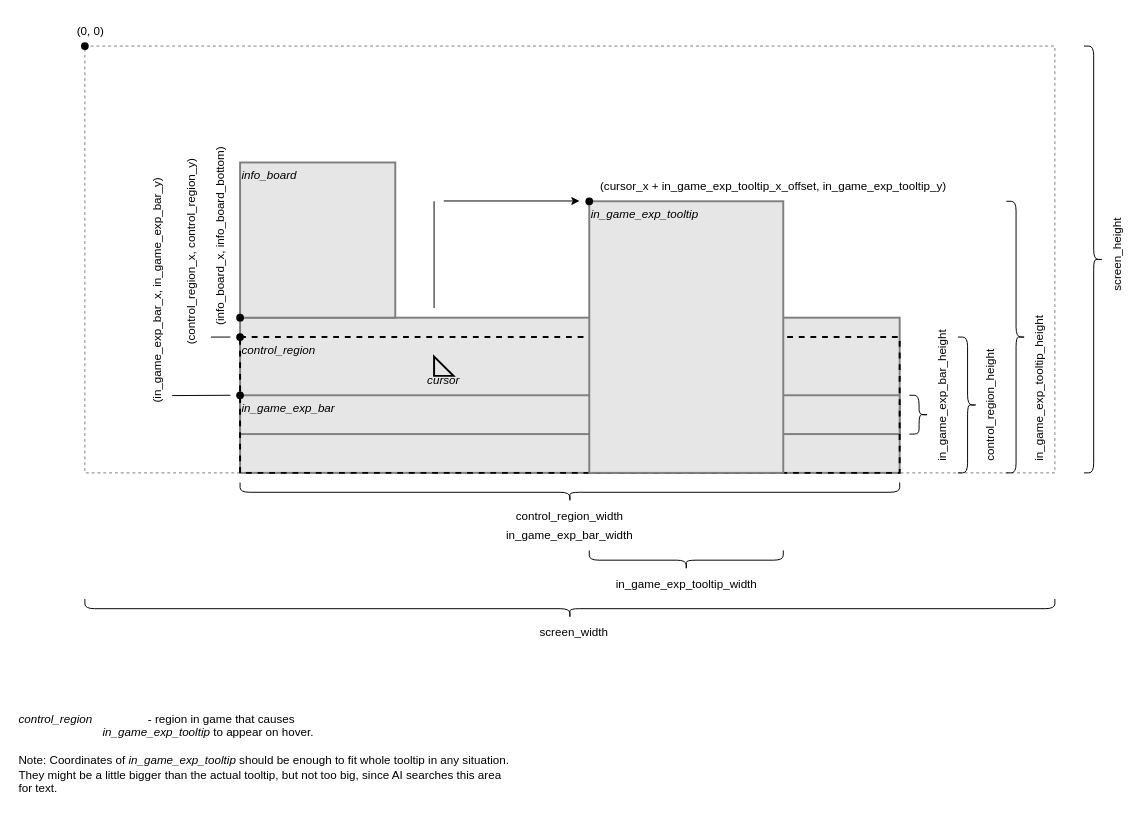
This is docs/diagrams/InGameGUI_Positions.drawio from underwatergrasshopper/poe_exp_after_dot, a draw.io file, before an edit. Source tidied: cells renumbered, new cells numbered last; positions are measured from the earlier drawing's top-left corner, leaving out a move shared by most shapes. Both pictures are drawn from the tidied source at 97%, with x=0, y=0 at pixel (16, 16).
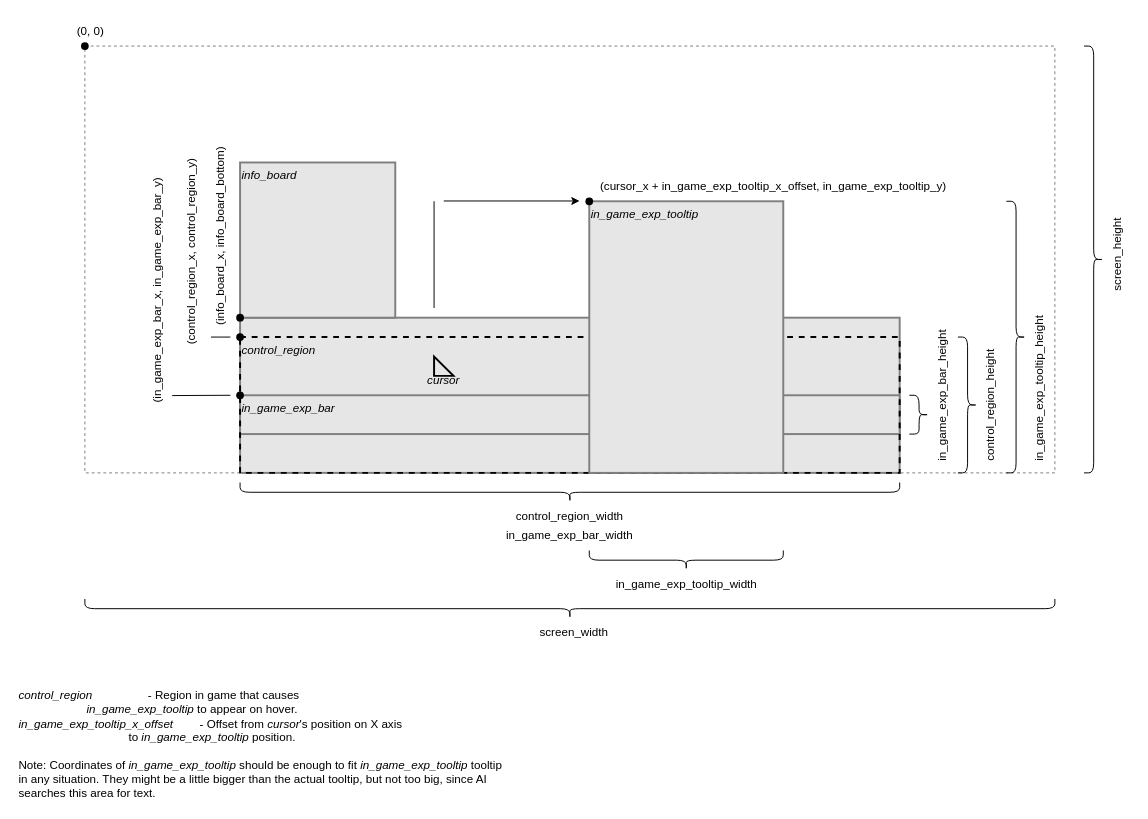
The same diagram, later.

Commit message (it also covers changes not shown here):
Updated diagrams. Added drawio temp files to .gitingore.

Change to the diagram source:
```diff
@@
-    <mxCell id="43" value="&lt;i&gt;control_region&lt;/i&gt;&amp;nbsp;&lt;span style=&quot;white-space: pre;&quot;&gt;&#9;&lt;/span&gt;&lt;span style=&quot;white-space: pre;&quot;&gt;&#9;&lt;/span&gt;- region in game that causes&amp;nbsp;&lt;span style=&quot;white-space: pre;&quot;&gt;&#9;&lt;/span&gt;&lt;span style=&quot;white-space: pre;&quot;&gt;&#9;&lt;/span&gt;&lt;span style=&quot;white-space: pre;&quot;&gt;&#9;&lt;/span&gt;&amp;nbsp; &lt;span style=&quot;white-space: pre;&quot;&gt;&#9;&lt;/span&gt;&lt;span style=&quot;white-space: pre;&quot;&gt;&#9;&lt;span style=&quot;white-space: pre;&quot;&gt;&#9;&lt;/span&gt; &lt;/span&gt;&amp;nbsp;&lt;i&gt;in_game_exp_tooltip&lt;/i&gt; to appear on hover.&lt;br&gt;&lt;br&gt;Note: Coordinates of &lt;i&gt;in_game_exp_tooltip&lt;/i&gt; should be enough to fit whole tooltip in any situation. They might be a little bigger than the actual tooltip, but not too big, since AI searches this area for text." style="text;html=1;strokeColor=none;fillColor=none;align=left;verticalAlign=top;whiteSpace=wrap;rounded=0;fontFamily=Inconsolata;" parent="1" vertex="1">
-      <mxGeometry y="710" width="510" height="100" as="geometry" />
+    <mxCell id="43" value="&lt;i&gt;control_region&lt;/i&gt;&amp;nbsp;&lt;span style=&quot;&quot;&gt;&lt;span style=&quot;&quot;&gt;&amp;nbsp;&amp;nbsp;&amp;nbsp;&amp;nbsp;&lt;/span&gt;&lt;/span&gt;&lt;span style=&quot;&quot;&gt;&lt;span style=&quot;&quot;&gt;&amp;nbsp;&amp;nbsp;&amp;nbsp;&amp;nbsp;&lt;span style=&quot;&quot;&gt;&lt;span style=&quot;&quot;&gt;&amp;nbsp;&amp;nbsp;&amp;nbsp;&amp;nbsp;&lt;/span&gt;&lt;/span&gt;&lt;span style=&quot;&quot;&gt;&lt;span style=&quot;&quot;&gt;&amp;nbsp;&lt;span style=&quot;white-space: pre;&quot;&gt;&#9;&lt;/span&gt;&lt;/span&gt;&lt;/span&gt;&lt;/span&gt;&lt;/span&gt;- Region in game that causes&amp;nbsp;&lt;span style=&quot;&quot;&gt;&lt;span style=&quot;&quot;&gt;&amp;nbsp;&amp;nbsp;&amp;nbsp;&amp;nbsp;&lt;/span&gt;&lt;/span&gt;&lt;span style=&quot;&quot;&gt;&lt;span style=&quot;&quot;&gt;&amp;nbsp;&amp;nbsp;&amp;nbsp;&amp;nbsp;&lt;/span&gt;&lt;/span&gt;&lt;span style=&quot;&quot;&gt;&lt;span style=&quot;&quot;&gt;&amp;nbsp;&amp;nbsp;&amp;nbsp;&amp;nbsp;&lt;/span&gt;&lt;/span&gt;&amp;nbsp; &lt;span style=&quot;&quot;&gt;&lt;span style=&quot;&quot;&gt;&amp;nbsp;&amp;nbsp;&amp;nbsp;&amp;nbsp;&lt;/span&gt;&lt;/span&gt;&lt;span style=&quot;&quot;&gt;&lt;span style=&quot;&quot;&gt;&amp;nbsp;&amp;nbsp;&amp;nbsp;&amp;nbsp;&lt;/span&gt;&lt;span style=&quot;&quot;&gt;&lt;span style=&quot;&quot;&gt;&amp;nbsp;&amp;nbsp;&amp;nbsp;&amp;nbsp;&lt;/span&gt;&lt;/span&gt; &lt;/span&gt;&amp;nbsp;&lt;span style=&quot;&quot;&gt;&lt;span style=&quot;&quot;&gt;&amp;nbsp;&amp;nbsp;&amp;nbsp;&amp;nbsp;&lt;/span&gt;&lt;/span&gt;&lt;span style=&quot;&quot;&gt;&lt;span style=&quot;&quot;&gt;&amp;nbsp;&amp;nbsp;&amp;nbsp;&amp;nbsp;&lt;/span&gt;&lt;/span&gt;&lt;span style=&quot;&quot;&gt;&lt;span style=&quot;&quot;&gt;&amp;nbsp;&amp;nbsp;&amp;nbsp;&amp;nbsp;&lt;/span&gt;&lt;/span&gt;&amp;nbsp;&amp;nbsp;&lt;span style=&quot;&quot;&gt;&lt;span style=&quot;white-space: pre;&quot;&gt;&amp;nbsp;&amp;nbsp;&amp;nbsp;&amp;nbsp;&lt;/span&gt;&lt;/span&gt;&lt;span style=&quot;&quot;&gt;&lt;span style=&quot;white-space: pre;&quot;&gt;&amp;nbsp;&amp;nbsp;&lt;/span&gt;&lt;/span&gt;&lt;i&gt;in_game_exp_tooltip&lt;/i&gt; to appear on hover.&lt;br&gt;&lt;i&gt;in_game_exp_tooltip_x_offset&amp;nbsp;&lt;span style=&quot;white-space: pre;&quot;&gt;&#9;&lt;/span&gt;&lt;/i&gt;- Offset from &lt;i&gt;cursor&lt;/i&gt;'s position on X axis &lt;span style=&quot;&quot;&gt;&lt;span style=&quot;white-space: pre;&quot;&gt;&amp;nbsp;&amp;nbsp;&amp;nbsp;&amp;nbsp;&lt;/span&gt;&lt;/span&gt;&lt;span style=&quot;&quot;&gt;&lt;span style=&quot;white-space: pre;&quot;&gt;&amp;nbsp;&amp;nbsp;&amp;nbsp;&amp;nbsp;&lt;/span&gt;&lt;/span&gt;&lt;span style=&quot;&quot;&gt;&lt;span style=&quot;white-space: pre;&quot;&gt;&amp;nbsp;&amp;nbsp;&amp;nbsp;&amp;nbsp;&lt;/span&gt;&lt;/span&gt;&lt;span style=&quot;&quot;&gt;&lt;span style=&quot;white-space: pre;&quot;&gt;&amp;nbsp;&amp;nbsp;&amp;nbsp;&amp;nbsp;&lt;/span&gt;&lt;/span&gt;&lt;span style=&quot;&quot;&gt;&lt;span style=&quot;white-space: pre;&quot;&gt;&amp;nbsp;&amp;nbsp;&amp;nbsp;&amp;nbsp;&lt;span style=&quot;white-space: pre;&quot;&gt;&#9;&lt;span style=&quot;white-space: pre;&quot;&gt;&#9;&lt;/span&gt; &lt;/span&gt; &lt;/span&gt;&lt;/span&gt;to&amp;nbsp;&lt;i style=&quot;border-color: var(--border-color);&quot;&gt;in_game_exp_tooltip&lt;/i&gt;&amp;nbsp;position.&lt;br&gt;&lt;br&gt;Note: Coordinates of &lt;i&gt;in_game_exp_tooltip&lt;/i&gt; should be enough to fit&amp;nbsp;&lt;i style=&quot;border-color: var(--border-color);&quot;&gt;in_game_exp_tooltip&lt;/i&gt;&amp;nbsp;tooltip in any situation. They might be a little bigger than the actual tooltip, but not too big, since AI searches this area for text." style="text;html=1;strokeColor=none;fillColor=none;align=left;verticalAlign=bottom;whiteSpace=wrap;rounded=0;fontFamily=Inconsolata;" parent="1" vertex="1">
+      <mxGeometry y="680" width="510" height="130" as="geometry" />
     </mxCell>
```
